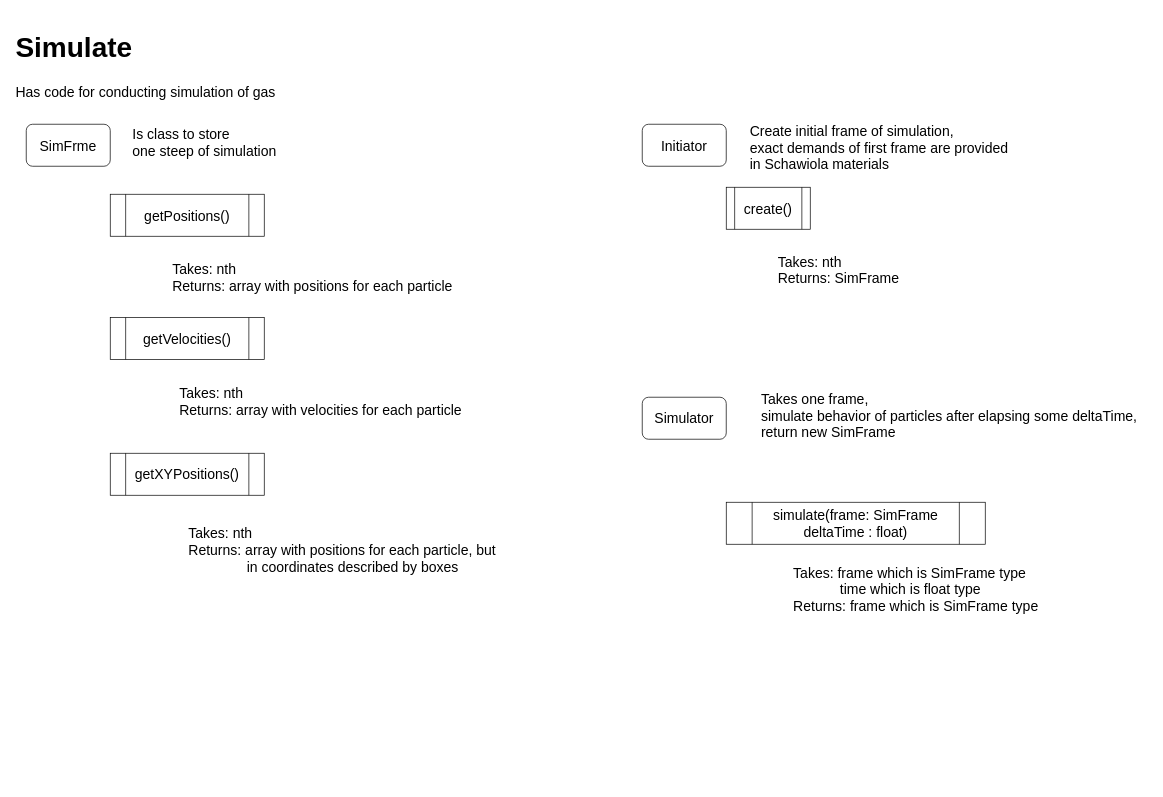
The draw.io diagram page "Simulate" (3 of 4) of idea/class.drawio in drifftingcanoncuddle/szawiola-zadanie, before the edit. Source tidied: cells renumbered, new cells numbered last; positions are measured from the earlier drawing's top-left corner, leaving out a move shared by most shapes. Both pictures are drawn from the tidied source at 70%, with x=0, y=0 at pixel (12, 19).
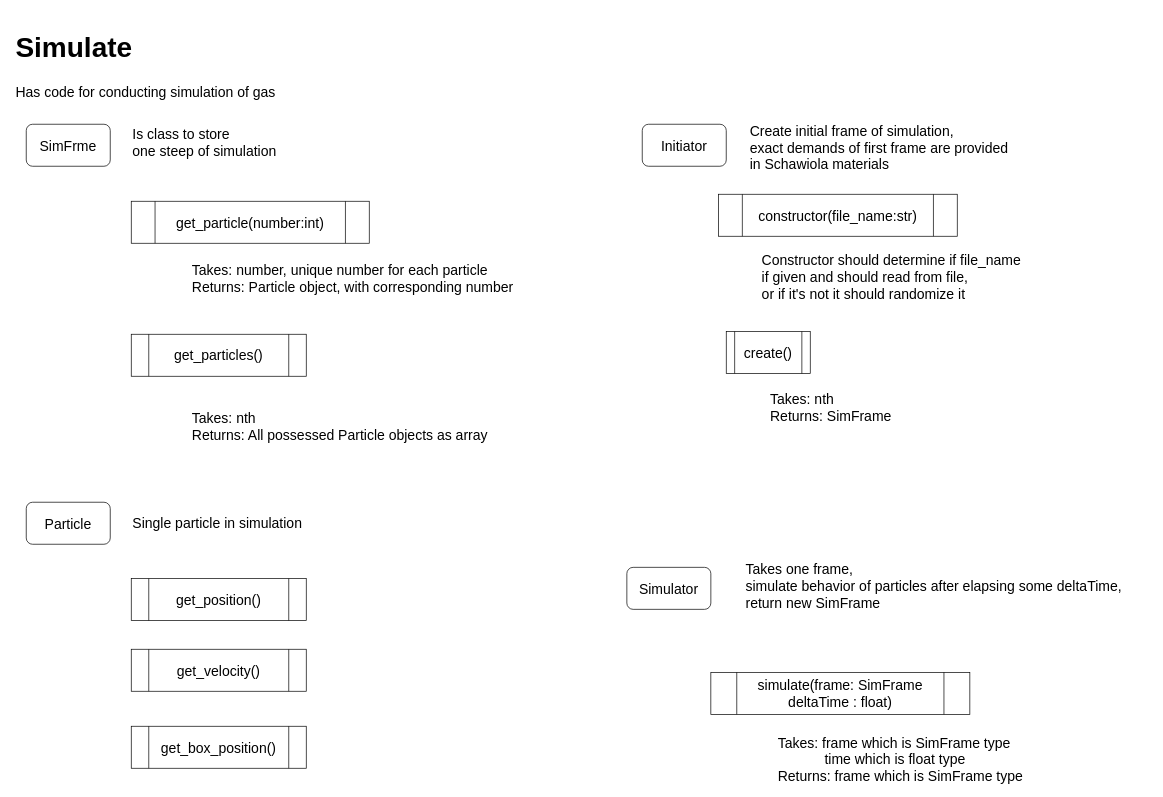
After the change.

The edit, as a diff of the source:
```diff
@@
-    <mxCell id="5" value="getPositions()" style="shape=process;whiteSpace=wrap;html=1;backgroundOutline=1;fontSize=20;" parent="1" vertex="1">
-      <mxGeometry x="140" y="250" width="220" height="60" as="geometry" />
-    </mxCell>
-    <mxCell id="6" value="&lt;div&gt;Takes: nth&lt;/div&gt;&lt;div&gt;Returns: array with positions for each particle&lt;br&gt;&lt;/div&gt;" style="text;html=1;align=left;verticalAlign=top;spacingTop=-4;fontSize=20;" parent="1" vertex="1">
-      <mxGeometry x="227" y="343" width="420" height="50" as="geometry" />
-    </mxCell>
-    <mxCell id="7" value="getVelocities()" style="shape=process;whiteSpace=wrap;html=1;backgroundOutline=1;fontSize=20;" parent="1" vertex="1">
-      <mxGeometry x="140" y="426" width="220" height="60" as="geometry" />
-    </mxCell>
-    <mxCell id="8" value="&lt;div&gt;Takes: nth&lt;/div&gt;&lt;div&gt;Returns: array with velocities for each particle&lt;br&gt;&lt;/div&gt;" style="text;html=1;align=left;verticalAlign=top;spacingTop=-4;fontSize=20;" parent="1" vertex="1">
-      <mxGeometry x="237" y="520" width="420" height="50" as="geometry" />
-    </mxCell>
-    <mxCell id="9" value="getXYPositions()" style="shape=process;whiteSpace=wrap;html=1;backgroundOutline=1;fontSize=20;" parent="1" vertex="1">
-      <mxGeometry x="140" y="620" width="220" height="60" as="geometry" />
-    </mxCell>
-    <mxCell id="10" value="&lt;div&gt;Takes: nth&lt;/div&gt;&lt;div&gt;Returns: array with positions for each particle, but &lt;br&gt;&lt;/div&gt;&lt;div&gt;&amp;nbsp;&amp;nbsp;&amp;nbsp;&amp;nbsp;&amp;nbsp;&amp;nbsp;&amp;nbsp;&amp;nbsp;&amp;nbsp;&amp;nbsp;&amp;nbsp;&amp;nbsp;&amp;nbsp;&amp;nbsp; in coordinates described by boxes&lt;br&gt;&lt;/div&gt;" style="text;html=1;align=left;verticalAlign=top;spacingTop=-4;fontSize=20;" parent="1" vertex="1">
-      <mxGeometry x="250" y="720" width="460" height="70" as="geometry" />
-    </mxCell>
@@
     <mxCell id="13" value="create()" style="shape=process;whiteSpace=wrap;html=1;backgroundOutline=1;fontSize=20;" parent="1" vertex="1">
-      <mxGeometry x="1020" y="240" width="120" height="60" as="geometry" />
+      <mxGeometry x="1020" y="446" width="120" height="60" as="geometry" />
     </mxCell>
     <mxCell id="14" value="&lt;div&gt;Takes: nth&lt;/div&gt;&lt;div&gt;Returns: SimFrame&lt;br&gt;&lt;/div&gt;" style="text;html=1;align=left;verticalAlign=top;spacingTop=-4;fontSize=20;" parent="1" vertex="1">
-      <mxGeometry x="1092" y="332" width="190" height="50" as="geometry" />
+      <mxGeometry x="1081" y="527.5" width="190" height="50" as="geometry" />
     </mxCell>
     <mxCell id="15" value="Simulator" style="rounded=1;whiteSpace=wrap;html=1;fontSize=20;" parent="1" vertex="1">
-      <mxGeometry x="900" y="540" width="120" height="60" as="geometry" />
+      <mxGeometry x="878" y="783" width="120" height="60" as="geometry" />
     </mxCell>
     <mxCell id="16" value="&lt;div&gt;Takes one frame,&lt;/div&gt;&lt;div&gt; simulate behavior of particles after elapsing some deltaTime,&lt;/div&gt;&lt;div&gt;return new SimFrame&lt;br&gt;&lt;/div&gt;" style="text;html=1;align=left;verticalAlign=top;spacingTop=-4;fontSize=20;" parent="1" vertex="1">
-      <mxGeometry x="1068" y="528" width="560" height="70" as="geometry" />
+      <mxGeometry x="1046" y="771" width="560" height="70" as="geometry" />
     </mxCell>
     <mxCell id="17" value="&lt;div&gt;simulate(frame: SimFrame&lt;/div&gt;&lt;div&gt;deltaTime : float)&lt;/div&gt;" style="shape=process;whiteSpace=wrap;html=1;backgroundOutline=1;fontSize=20;" parent="1" vertex="1">
-      <mxGeometry x="1020" y="690" width="370" height="60" as="geometry" />
+      <mxGeometry x="998" y="933" width="370" height="60" as="geometry" />
     </mxCell>
     <mxCell id="18" value="&lt;div&gt;Takes: frame which is SimFrame type&lt;/div&gt;&lt;div&gt;&amp;nbsp;&amp;nbsp;&amp;nbsp;&amp;nbsp;&amp;nbsp;&amp;nbsp;&amp;nbsp;&amp;nbsp;&amp;nbsp;&amp;nbsp;&amp;nbsp; time which is float type&lt;br&gt;&lt;/div&gt;&lt;div&gt;Returns: frame which is SimFrame type &lt;br&gt;&lt;/div&gt;" style="text;html=1;align=left;verticalAlign=top;spacingTop=-4;fontSize=20;" parent="1" vertex="1">
-      <mxGeometry x="1114" y="776" width="370" height="70" as="geometry" />
+      <mxGeometry x="1092" y="1019" width="370" height="70" as="geometry" />
     </mxCell>
+    <mxCell id="19" value="&lt;font style=&quot;font-size: 20px&quot;&gt;get_particle(number:int)&lt;/font&gt;" style="shape=process;whiteSpace=wrap;html=1;backgroundOutline=1;" parent="1" vertex="1">
+      <mxGeometry x="170" y="260" width="340" height="60" as="geometry" />
+    </mxCell>
+    <mxCell id="20" value="&lt;div style=&quot;font-size: 20px&quot;&gt;&lt;font style=&quot;font-size: 20px&quot;&gt;Takes: number, unique number for each particle&lt;/font&gt;&lt;/div&gt;&lt;div style=&quot;font-size: 20px&quot;&gt;&lt;font style=&quot;font-size: 20px&quot;&gt;Returns: Particle object, with corresponding number&lt;br&gt;&lt;/font&gt;&lt;/div&gt;" style="text;html=1;align=left;verticalAlign=top;spacingTop=-4;" parent="1" vertex="1">
+      <mxGeometry x="255" y="344" width="490" height="30" as="geometry" />
+    </mxCell>
+    <mxCell id="21" value="&lt;font style=&quot;font-size: 20px&quot;&gt;get_particles()&lt;/font&gt;" style="shape=process;whiteSpace=wrap;html=1;backgroundOutline=1;" parent="1" vertex="1">
+      <mxGeometry x="170" y="450" width="250" height="60" as="geometry" />
+    </mxCell>
+    <mxCell id="22" value="&lt;div style=&quot;font-size: 20px&quot;&gt;&lt;font style=&quot;font-size: 20px&quot;&gt;Takes: nth&lt;br&gt;&lt;/font&gt;&lt;/div&gt;&lt;div style=&quot;font-size: 20px&quot;&gt;&lt;font style=&quot;font-size: 20px&quot;&gt;Returns: All possessed Particle objects as array&lt;br&gt;&lt;/font&gt;&lt;/div&gt;" style="text;html=1;align=left;verticalAlign=top;spacingTop=-4;" parent="1" vertex="1">
+      <mxGeometry x="255" y="555" width="450" height="30" as="geometry" />
+    </mxCell>
+    <mxCell id="23" value="Particle" style="rounded=1;whiteSpace=wrap;html=1;fontSize=20;" parent="1" vertex="1">
+      <mxGeometry x="20" y="690" width="120" height="60" as="geometry" />
+    </mxCell>
+    <mxCell id="24" value="&lt;font style=&quot;font-size: 20px&quot;&gt;Single particle in simulation&lt;br&gt;&lt;/font&gt;" style="text;html=1;align=left;verticalAlign=top;spacingTop=-4;" parent="1" vertex="1">
+      <mxGeometry x="170" y="705" width="270" height="20" as="geometry" />
+    </mxCell>
+    <mxCell id="25" value="&lt;font style=&quot;font-size: 20px&quot;&gt;get_position()&lt;/font&gt;" style="shape=process;whiteSpace=wrap;html=1;backgroundOutline=1;" parent="1" vertex="1">
+      <mxGeometry x="170" y="799" width="250" height="60" as="geometry" />
+    </mxCell>
+    <mxCell id="26" value="&lt;font style=&quot;font-size: 20px&quot;&gt;get_velocity()&lt;br&gt;&lt;/font&gt;" style="shape=process;whiteSpace=wrap;html=1;backgroundOutline=1;" parent="1" vertex="1">
+      <mxGeometry x="170" y="900" width="250" height="60" as="geometry" />
+    </mxCell>
+    <mxCell id="27" value="&lt;font style=&quot;font-size: 20px&quot;&gt;get_box_position()&lt;br&gt;&lt;/font&gt;" style="shape=process;whiteSpace=wrap;html=1;backgroundOutline=1;" parent="1" vertex="1">
+      <mxGeometry x="170" y="1010" width="250" height="60" as="geometry" />
+    </mxCell>
+    <mxCell id="28" value="constructor(file_name:str)" style="shape=process;whiteSpace=wrap;html=1;backgroundOutline=1;fontSize=20;" parent="1" vertex="1">
+      <mxGeometry x="1009" y="250" width="341" height="60" as="geometry" />
+    </mxCell>
+    <mxCell id="29" value="&lt;div&gt;Constructor should determine if file_name&lt;/div&gt;&lt;div&gt;if given and should read from file,&lt;/div&gt;&lt;div&gt;or if it's not it should randomize it&lt;br&gt;&lt;/div&gt;" style="text;html=1;align=left;verticalAlign=top;spacingTop=-4;fontSize=20;" parent="1" vertex="1">
+      <mxGeometry x="1069" y="330" width="400" height="70" as="geometry" />
+    </mxCell>
```
